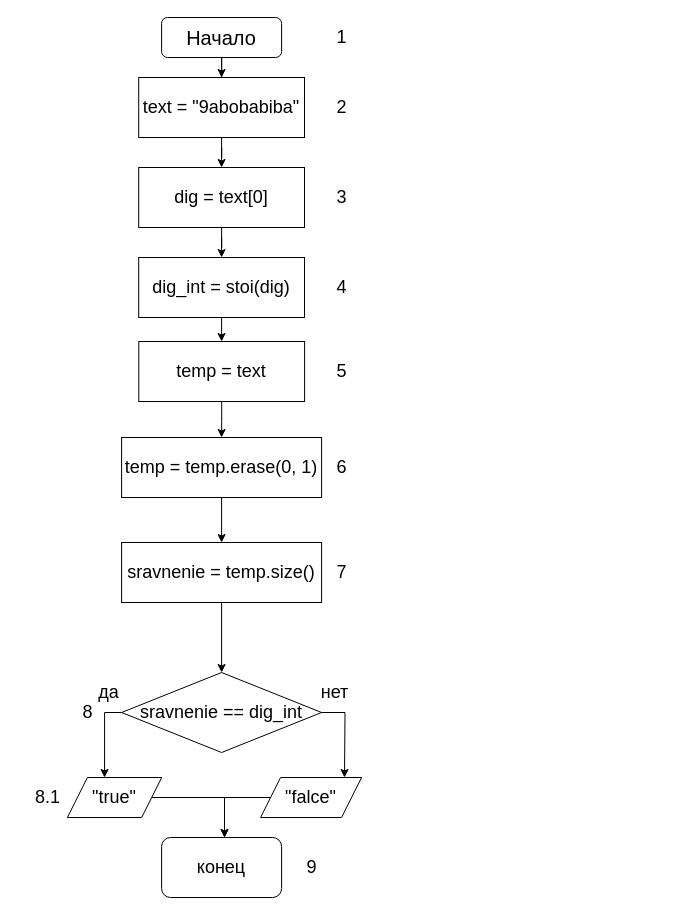
Above: 8/8.2.drawio in klep1koff/lifeishard (draw.io), before the change. Source tidied: cells renumbered, new cells numbered last; positions are measured from the earlier drawing's top-left corner, leaving out a move shared by most shapes. Both pictures are drawn from the tidied source at 100%, with x=0, y=0 at pixel (17, 17).
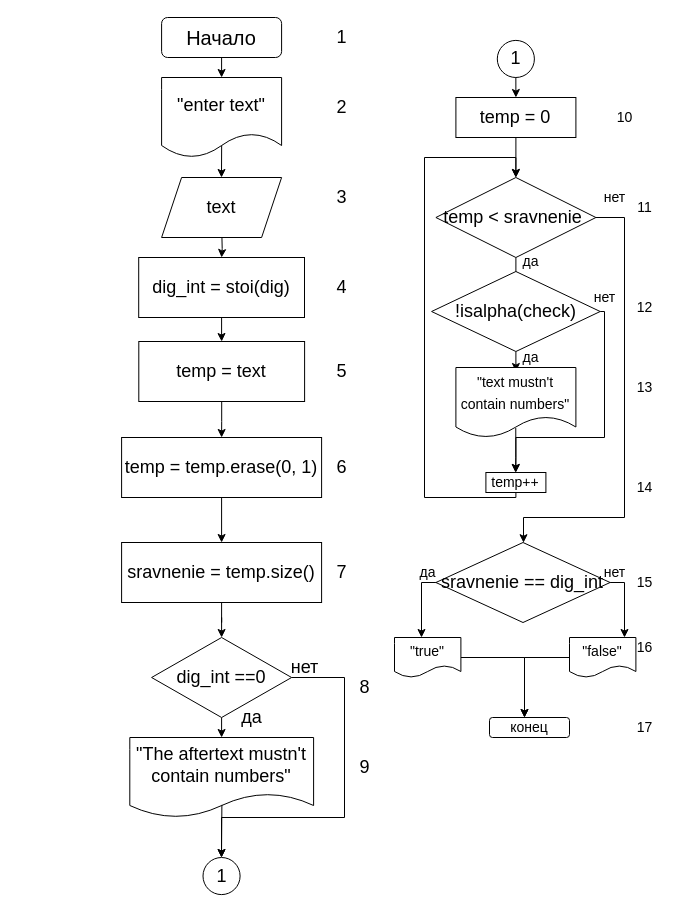
The same page after the edit.

The change refers to these unchanged cells:
```xml
<mxCell id="3" value="&lt;font style=&quot;font-size: 20px&quot;&gt;Начало&lt;/font&gt;" style="rounded=1;whiteSpace=wrap;html=1;fontSize=12;glass=0;strokeWidth=1;shadow=0;" parent="1" vertex="1">
  <mxGeometry x="144.1" width="120" height="40" as="geometry" />
</mxCell>
<mxCell id="12" value="&lt;font style=&quot;font-size: 18px&quot;&gt;dig_int = stoi(dig)&lt;br&gt;&lt;/font&gt;" style="whiteSpace=wrap;html=1;" parent="1" vertex="1">
  <mxGeometry x="121.2" y="240" width="165.8" height="60" as="geometry" />
</mxCell>
<mxCell id="21" value="&lt;font style=&quot;font-size: 18px&quot;&gt;sravnenie = temp.size()&lt;br&gt;&lt;/font&gt;" style="whiteSpace=wrap;html=1;" parent="1" vertex="1">
  <mxGeometry x="104.1" y="525" width="200" height="60" as="geometry" />
</mxCell>
```

What changed in the source:
```diff
@@
-    <mxCell id="2" style="edgeStyle=orthogonalEdgeStyle;rounded=0;jettySize=auto;html=1;fontSize=14;entryX=0.5;entryY=0;entryDx=0;entryDy=0;" parent="1" edge="1" source="3" target="5">
-      <mxGeometry relative="1" as="geometry" />
+    <mxCell id="2" style="edgeStyle=orthogonalEdgeStyle;rounded=0;jettySize=auto;html=1;fontSize=14;entryX=0.5;entryY=0;entryDx=0;entryDy=0;" parent="1" edge="1" source="3">
+      <mxGeometry relative="1" as="geometry">
+        <mxPoint x="204.1" y="60" as="targetPoint" />
+      </mxGeometry>
     </mxCell>
@@
-    <mxCell id="4" style="edgeStyle=orthogonalEdgeStyle;rounded=0;jettySize=auto;html=1;fontSize=18;" parent="1" edge="1" source="5" target="8">
-      <mxGeometry relative="1" as="geometry" />
+    <mxCell id="4" style="edgeStyle=orthogonalEdgeStyle;rounded=0;orthogonalLoop=1;jettySize=auto;html=1;fontSize=18;" parent="1" edge="1">
+      <mxGeometry relative="1" as="geometry">
+        <mxPoint x="204.2" y="120" as="sourcePoint" />
+        <mxPoint x="204" y="160" as="targetPoint" />
+        <Array as="points">
+          <mxPoint x="204" y="120" />
+          <mxPoint x="204" y="120" />
+        </Array>
+      </mxGeometry>
     </mxCell>
-    <mxCell id="5" value="&lt;font style=&quot;font-size: 18px&quot;&gt;text = &quot;9abobabiba&quot;&lt;br&gt;&lt;/font&gt;" style="whiteSpace=wrap;html=1;" parent="1" vertex="1">
-      <mxGeometry x="121.2" y="60" width="165.8" height="60" as="geometry" />
-    </mxCell>
@@
-    <mxCell id="7" style="edgeStyle=orthogonalEdgeStyle;rounded=0;jettySize=auto;html=1;fontSize=18;" parent="1" edge="1" source="8" target="12">
-      <mxGeometry relative="1" as="geometry" />
+    <mxCell id="7" style="edgeStyle=orthogonalEdgeStyle;rounded=0;jettySize=auto;html=1;fontSize=18;" parent="1" edge="1" target="12">
+      <mxGeometry relative="1" as="geometry">
+        <mxPoint x="204.2" y="210" as="sourcePoint" />
+      </mxGeometry>
     </mxCell>
-    <mxCell id="8" value="&lt;font style=&quot;font-size: 18px&quot;&gt;dig = text[0]&lt;br&gt;&lt;/font&gt;" style="whiteSpace=wrap;html=1;" parent="1" vertex="1">
-      <mxGeometry x="121.2" y="150" width="165.8" height="60" as="geometry" />
-    </mxCell>
@@
-    <mxCell id="20" style="edgeStyle=orthogonalEdgeStyle;rounded=0;jettySize=auto;html=1;fontSize=18;" parent="1" edge="1" source="21" target="25">
-      <mxGeometry relative="1" as="geometry" />
-    </mxCell>
+    <mxCell id="36" style="edgeStyle=orthogonalEdgeStyle;rounded=0;jettySize=auto;html=1;fontSize=18;" parent="1" edge="1" source="21" target="39">
+      <mxGeometry relative="1" as="geometry" />
+    </mxCell>
@@
     <mxCell id="23" style="edgeStyle=orthogonalEdgeStyle;rounded=0;jettySize=auto;html=1;fontSize=18;" parent="1" edge="1" source="25">
       <mxGeometry relative="1" as="geometry">
-        <mxPoint x="327" y="760" as="targetPoint" />
+        <mxPoint x="607" y="620" as="targetPoint" />
+        <Array as="points">
+          <mxPoint x="607" y="565" />
+        </Array>
       </mxGeometry>
     </mxCell>
-    <mxCell id="24" style="edgeStyle=orthogonalEdgeStyle;rounded=0;jettySize=auto;html=1;entryX=0.394;entryY=0;entryDx=0;entryDy=0;entryPerimeter=0;fontSize=18;" parent="1" edge="1" source="25" target="27">
+    <mxCell id="24" style="edgeStyle=orthogonalEdgeStyle;rounded=0;jettySize=auto;html=1;fontSize=18;" parent="1" edge="1" source="25">
       <mxGeometry relative="1" as="geometry">
+        <mxPoint x="404" y="620" as="targetPoint" />
         <Array as="points">
-          <mxPoint x="87" y="695" />
+          <mxPoint x="404" y="565" />
         </Array>
       </mxGeometry>
     </mxCell>
     <mxCell id="25" value="&lt;font style=&quot;font-size: 18px&quot;&gt;sravnenie == dig_int&lt;/font&gt;" style="rhombus;whiteSpace=wrap;html=1;" parent="1" vertex="1">
-      <mxGeometry x="104.1" y="655" width="200" height="80" as="geometry" />
+      <mxGeometry x="418.4" y="525" width="174.2" height="80" as="geometry" />
     </mxCell>
-    <mxCell id="26" style="edgeStyle=orthogonalEdgeStyle;rounded=0;jettySize=auto;html=1;fontSize=18;" parent="1" edge="1" source="27">
-      <mxGeometry relative="1" as="geometry">
-        <mxPoint x="207" y="820" as="targetPoint" />
-        <Array as="points">
-          <mxPoint x="207" y="780" />
-          <mxPoint x="207" y="820" />
-        </Array>
-      </mxGeometry>
-    </mxCell>
+    <mxCell id="37" style="edgeStyle=orthogonalEdgeStyle;rounded=0;jettySize=auto;html=1;fontSize=18;" parent="1" edge="1" source="39">
+      <mxGeometry relative="1" as="geometry">
+        <mxPoint x="204" y="840" as="targetPoint" />
+        <Array as="points">
+          <mxPoint x="327" y="660" />
+          <mxPoint x="327" y="800" />
+          <mxPoint x="204" y="800" />
+        </Array>
+      </mxGeometry>
+    </mxCell>
+    <mxCell id="38" style="edgeStyle=orthogonalEdgeStyle;rounded=0;jettySize=auto;html=1;fontSize=18;" parent="1" edge="1" source="39" target="40">
+      <mxGeometry relative="1" as="geometry" />
+    </mxCell>
+    <mxCell id="39" value="&lt;font style=&quot;font-size: 18px&quot;&gt;dig_int ==0&lt;/font&gt;" style="rhombus;whiteSpace=wrap;html=1;" parent="1" vertex="1">
+      <mxGeometry x="134.1" y="620" width="140" height="80" as="geometry" />
+    </mxCell>
+    <mxCell id="40" value="&quot;The aftertext mustn't contain numbers&quot;" style="shape=document;whiteSpace=wrap;html=1;boundedLbl=1;fontSize=18;" parent="1" vertex="1">
+      <mxGeometry x="112.3" y="720" width="183.8" height="80" as="geometry" />
+    </mxCell>
+    <mxCell id="41" style="endArrow=classic;html=1;rounded=0;fontSize=18;exitX=0.501;exitY=0.842;exitDx=0;exitDy=0;exitPerimeter=0;" parent="1" edge="1" source="40">
+      <mxGeometry relative="1" as="geometry">
+        <mxPoint x="204" y="840" as="targetPoint" />
+      </mxGeometry>
+    </mxCell>
+    <mxCell id="31" value="да" style="text;html=1;align=center;verticalAlign=middle;strokeColor=none;fillColor=none;fontSize=18;" parent="1" vertex="1">
+      <mxGeometry x="204.1" y="680" width="60" height="40" as="geometry" />
+    </mxCell>
+    <mxCell id="30" value="нет" style="text;html=1;align=center;verticalAlign=middle;strokeColor=none;fillColor=none;fontSize=18;" parent="1" vertex="1">
+      <mxGeometry x="257" y="630" width="60" height="40" as="geometry" />
+    </mxCell>
+    <mxCell id="33" value="8" style="text;html=1;align=center;verticalAlign=middle;strokeColor=none;fillColor=none;fontSize=18;" parent="1" vertex="1">
+      <mxGeometry x="327" y="650" width="40" height="40" as="geometry" />
+    </mxCell>
+    <mxCell id="35" value="9" style="text;html=1;align=center;verticalAlign=middle;strokeColor=none;fillColor=none;fontSize=18;" parent="1" vertex="1">
+      <mxGeometry x="327" y="730" width="40" height="40" as="geometry" />
+    </mxCell>
+    <mxCell id="42" style="edgeStyle=orthogonalEdgeStyle;rounded=0;jettySize=auto;html=1;fontSize=18;" parent="1" edge="1" source="43">
+      <mxGeometry relative="1" as="geometry">
+        <mxPoint x="498.3" y="160" as="targetPoint" />
+      </mxGeometry>
+    </mxCell>
+    <mxCell id="43" value="temp = 0" style="whiteSpace=wrap;html=1;fontSize=18;" parent="1" vertex="1">
+      <mxGeometry x="438.4" y="80" width="120" height="40" as="geometry" />
+    </mxCell>
+    <mxCell id="44" style="edgeStyle=orthogonalEdgeStyle;rounded=0;jettySize=auto;html=1;fontSize=18;" parent="1" edge="1" source="46" target="52">
+      <mxGeometry relative="1" as="geometry" />
+    </mxCell>
+    <mxCell id="45" style="edgeStyle=orthogonalEdgeStyle;rounded=0;jettySize=auto;html=1;fontSize=14;" parent="1" edge="1" source="46" target="25">
+      <mxGeometry relative="1" as="geometry">
+        <Array as="points">
+          <mxPoint x="607" y="200" />
+          <mxPoint x="607" y="500" />
+          <mxPoint x="506" y="500" />
+        </Array>
+      </mxGeometry>
+    </mxCell>
+    <mxCell id="46" value="temp &amp;lt; sravnenie&amp;nbsp;" style="rhombus;whiteSpace=wrap;html=1;fontSize=18;" parent="1" vertex="1">
+      <mxGeometry x="418.4" y="160" width="160" height="80" as="geometry" />
+    </mxCell>
+    <mxCell id="47" value="1" style="ellipse;whiteSpace=wrap;html=1;fontSize=18;" parent="1" vertex="1">
+      <mxGeometry x="185.5" y="840" width="37.1" height="37.1" as="geometry" />
+    </mxCell>
+    <mxCell id="48" style="edgeStyle=orthogonalEdgeStyle;rounded=0;jettySize=auto;html=1;fontSize=18;" parent="1" edge="1" source="49" target="43">
+      <mxGeometry relative="1" as="geometry" />
+    </mxCell>
+    <mxCell id="49" value="1" style="ellipse;whiteSpace=wrap;html=1;fontSize=18;" parent="1" vertex="1">
+      <mxGeometry x="479.8" y="22.9" width="37.1" height="37.1" as="geometry" />
+    </mxCell>
+    <mxCell id="50" style="edgeStyle=orthogonalEdgeStyle;rounded=0;jettySize=auto;html=1;fontSize=18;" parent="1" edge="1" source="52">
+      <mxGeometry relative="1" as="geometry">
+        <mxPoint x="498.5" y="354" as="targetPoint" />
+      </mxGeometry>
+    </mxCell>
+    <mxCell id="51" style="edgeStyle=orthogonalEdgeStyle;rounded=0;jettySize=auto;html=1;fontSize=14;entryX=0.5;entryY=0;entryDx=0;entryDy=0;" parent="1" edge="1" source="52" target="56">
+      <mxGeometry relative="1" as="geometry">
+        <Array as="points">
+          <mxPoint x="587" y="294" />
+          <mxPoint x="587" y="420" />
+          <mxPoint x="498" y="420" />
+        </Array>
+      </mxGeometry>
+    </mxCell>
+    <mxCell id="52" value="&lt;span style=&quot;text-align: left ; background-color: rgb(255 , 255 , 255)&quot;&gt;&lt;font style=&quot;font-size: 18px&quot;&gt;!isalpha(check)&lt;/font&gt;&lt;/span&gt;" style="rhombus;whiteSpace=wrap;html=1;fontSize=18;" parent="1" vertex="1">
+      <mxGeometry x="414.1" y="254" width="168.6" height="80" as="geometry" />
+    </mxCell>
+    <mxCell id="53" style="edgeStyle=orthogonalEdgeStyle;rounded=0;jettySize=auto;html=1;fontSize=14;exitX=0.499;exitY=0.865;exitDx=0;exitDy=0;exitPerimeter=0;" parent="1" edge="1" source="54">
+      <mxGeometry relative="1" as="geometry">
+        <mxPoint x="498" y="455" as="targetPoint" />
+      </mxGeometry>
+    </mxCell>
+    <mxCell id="54" value="&lt;font style=&quot;font-size: 14px&quot;&gt;&quot;text mustn't contain numbers&quot;&lt;/font&gt;" style="shape=document;whiteSpace=wrap;html=1;boundedLbl=1;fontSize=18;" parent="1" vertex="1">
+      <mxGeometry x="438.4" y="350" width="120" height="70" as="geometry" />
+    </mxCell>
+    <mxCell id="55" style="edgeStyle=orthogonalEdgeStyle;rounded=0;jettySize=auto;html=1;fontSize=14;entryX=0.5;entryY=0;entryDx=0;entryDy=0;" parent="1" edge="1" source="56" target="46">
+      <mxGeometry relative="1" as="geometry">
+        <Array as="points">
+          <mxPoint x="498" y="480" />
+          <mxPoint x="407" y="480" />
+          <mxPoint x="407" y="140" />
+          <mxPoint x="498" y="140" />
+        </Array>
+      </mxGeometry>
+    </mxCell>
+    <mxCell id="56" value="temp++" style="whiteSpace=wrap;html=1;fontSize=14;" parent="1" vertex="1">
+      <mxGeometry x="468.4" y="455" width="60" height="20" as="geometry" />
+    </mxCell>
+    <mxCell id="57" value="да" style="text;html=1;align=center;verticalAlign=middle;strokeColor=none;fillColor=none;fontSize=14;" parent="1" vertex="1">
+      <mxGeometry x="493.4" y="330" width="40" height="20" as="geometry" />
+    </mxCell>
+    <mxCell id="58" value="да" style="text;html=1;align=center;verticalAlign=middle;strokeColor=none;fillColor=none;fontSize=14;" parent="1" vertex="1">
+      <mxGeometry x="493.4" y="234" width="40" height="20" as="geometry" />
+    </mxCell>
+    <mxCell id="59" value="нет" style="text;html=1;align=center;verticalAlign=middle;strokeColor=none;fillColor=none;fontSize=14;" parent="1" vertex="1">
+      <mxGeometry x="557" y="270" width="60" height="20" as="geometry" />
+    </mxCell>
+    <mxCell id="60" value="нет" style="text;html=1;align=center;verticalAlign=middle;strokeColor=none;fillColor=none;fontSize=14;" parent="1" vertex="1">
+      <mxGeometry x="567" y="170" width="60" height="20" as="geometry" />
+    </mxCell>
+    <mxCell id="61" value="нет" style="text;html=1;align=center;verticalAlign=middle;strokeColor=none;fillColor=none;fontSize=14;" parent="1" vertex="1">
+      <mxGeometry x="567" y="545" width="60" height="20" as="geometry" />
+    </mxCell>
+    <mxCell id="62" value="10" style="text;html=1;align=center;verticalAlign=middle;strokeColor=none;fillColor=none;fontSize=14;" parent="1" vertex="1">
+      <mxGeometry x="587" y="90" width="40" height="20" as="geometry" />
+    </mxCell>
+    <mxCell id="63" value="да" style="text;html=1;align=center;verticalAlign=middle;strokeColor=none;fillColor=none;fontSize=14;" parent="1" vertex="1">
+      <mxGeometry x="390.2" y="545" width="40" height="20" as="geometry" />
+    </mxCell>
+    <mxCell id="64" style="edgeStyle=orthogonalEdgeStyle;rounded=0;jettySize=auto;html=1;fontSize=14;" parent="1" edge="1" source="27">
+      <mxGeometry relative="1" as="geometry">
+        <mxPoint x="507" y="700" as="targetPoint" />
+        <Array as="points">
+          <mxPoint x="507" y="640" />
+          <mxPoint x="507" y="700" />
+        </Array>
+      </mxGeometry>
+    </mxCell>
-    <mxCell id="27" value="&quot;true&quot;" style="shape=parallelogram;perimeter=parallelogramPerimeter;whiteSpace=wrap;html=1;fixedSize=1;fontSize=18;" parent="1" vertex="1">
-      <mxGeometry x="49.9" y="760" width="94.3" height="40" as="geometry" />
+    <mxCell id="27" value="&quot;true&quot;" style="shape=document;whiteSpace=wrap;html=1;boundedLbl=1;fontSize=14;" parent="1" vertex="1">
+      <mxGeometry x="377" y="620" width="66.4" height="40" as="geometry" />
     </mxCell>
-    <mxCell id="28" style="edgeStyle=orthogonalEdgeStyle;rounded=0;jettySize=auto;html=1;fontSize=18;" parent="1" edge="1" source="29">
-      <mxGeometry relative="1" as="geometry">
-        <mxPoint x="207" y="820" as="targetPoint" />
-        <Array as="points">
-          <mxPoint x="207" y="780" />
-          <mxPoint x="207" y="820" />
-        </Array>
-      </mxGeometry>
-    </mxCell>
-    <mxCell id="29" value="&quot;falce&quot;" style="shape=parallelogram;perimeter=parallelogramPerimeter;whiteSpace=wrap;html=1;fixedSize=1;fontSize=18;" parent="1" vertex="1">
-      <mxGeometry x="243.1" y="760" width="101" height="40" as="geometry" />
-    </mxCell>
-    <mxCell id="30" value="нет" style="text;html=1;align=center;verticalAlign=middle;strokeColor=none;fillColor=none;fontSize=18;" parent="1" vertex="1">
-      <mxGeometry x="287" y="655" width="60" height="40" as="geometry" />
-    </mxCell>
-    <mxCell id="31" value="да" style="text;html=1;align=center;verticalAlign=middle;strokeColor=none;fillColor=none;fontSize=18;" parent="1" vertex="1">
-      <mxGeometry x="61.2" y="655" width="60" height="40" as="geometry" />
-    </mxCell>
+    <mxCell id="65" style="edgeStyle=orthogonalEdgeStyle;rounded=0;jettySize=auto;html=1;fontSize=14;" parent="1" edge="1" source="66">
+      <mxGeometry relative="1" as="geometry">
+        <mxPoint x="507" y="700" as="targetPoint" />
+        <Array as="points">
+          <mxPoint x="507" y="640" />
+          <mxPoint x="507" y="700" />
+        </Array>
+      </mxGeometry>
+    </mxCell>
+    <mxCell id="66" value="&quot;false&quot;" style="shape=document;whiteSpace=wrap;html=1;boundedLbl=1;fontSize=14;" parent="1" vertex="1">
+      <mxGeometry x="552" y="620" width="66.4" height="40" as="geometry" />
+    </mxCell>
-    <mxCell id="32" value="конец" style="rounded=1;whiteSpace=wrap;html=1;fontSize=18;" parent="1" vertex="1">
-      <mxGeometry x="144.1" y="820" width="120" height="60" as="geometry" />
+    <mxCell id="32" value="конец" style="rounded=1;whiteSpace=wrap;html=1;fontSize=14;" parent="1" vertex="1">
+      <mxGeometry x="472" y="700" width="80" height="20" as="geometry" />
     </mxCell>
-    <mxCell id="33" value="8" style="text;html=1;align=center;verticalAlign=middle;strokeColor=none;fillColor=none;fontSize=18;" parent="1" vertex="1">
-      <mxGeometry x="49.9" y="675" width="40" height="40" as="geometry" />
-    </mxCell>
-    <mxCell id="34" value="8.1" style="text;html=1;align=center;verticalAlign=middle;strokeColor=none;fillColor=none;fontSize=18;" parent="1" vertex="1">
-      <mxGeometry x="-0.1" y="760" width="60" height="40" as="geometry" />
-    </mxCell>
-    <mxCell id="35" value="9" style="text;html=1;align=center;verticalAlign=middle;strokeColor=none;fillColor=none;fontSize=18;" parent="1" vertex="1">
-      <mxGeometry x="273.6" y="830" width="40" height="40" as="geometry" />
-    </mxCell>
+    <mxCell id="67" value="11" style="text;html=1;align=center;verticalAlign=middle;strokeColor=none;fillColor=none;fontSize=14;" parent="1" vertex="1">
+      <mxGeometry x="607" y="180" width="40" height="20" as="geometry" />
+    </mxCell>
+    <mxCell id="68" value="12" style="text;html=1;align=center;verticalAlign=middle;strokeColor=none;fillColor=none;fontSize=14;" parent="1" vertex="1">
+      <mxGeometry x="607" y="280" width="40" height="20" as="geometry" />
+    </mxCell>
+    <mxCell id="69" value="13" style="text;html=1;align=center;verticalAlign=middle;strokeColor=none;fillColor=none;fontSize=14;" parent="1" vertex="1">
+      <mxGeometry x="607" y="360" width="40" height="20" as="geometry" />
+    </mxCell>
+    <mxCell id="70" value="14" style="text;html=1;align=center;verticalAlign=middle;strokeColor=none;fillColor=none;fontSize=14;" parent="1" vertex="1">
+      <mxGeometry x="607" y="460" width="40" height="20" as="geometry" />
+    </mxCell>
+    <mxCell id="71" value="15" style="text;html=1;align=center;verticalAlign=middle;strokeColor=none;fillColor=none;fontSize=14;" parent="1" vertex="1">
+      <mxGeometry x="607" y="555" width="40" height="20" as="geometry" />
+    </mxCell>
+    <mxCell id="72" value="16" style="text;html=1;align=center;verticalAlign=middle;strokeColor=none;fillColor=none;fontSize=14;" parent="1" vertex="1">
+      <mxGeometry x="607" y="620" width="40" height="20" as="geometry" />
+    </mxCell>
+    <mxCell id="73" value="17" style="text;html=1;align=center;verticalAlign=middle;strokeColor=none;fillColor=none;fontSize=14;" parent="1" vertex="1">
+      <mxGeometry x="607" y="700" width="40" height="20" as="geometry" />
+    </mxCell>
+    <mxCell id="74" value="&lt;font style=&quot;font-size: 18px&quot;&gt;&quot;enter text&quot;&lt;/font&gt;" style="shape=document;whiteSpace=wrap;html=1;boundedLbl=1;" parent="1" vertex="1">
+      <mxGeometry x="144.1" y="60" width="120" height="80" as="geometry" />
+    </mxCell>
+    <mxCell id="75" value="text" style="shape=parallelogram;perimeter=parallelogramPerimeter;whiteSpace=wrap;html=1;fixedSize=1;fontSize=18;" parent="1" vertex="1">
+      <mxGeometry x="144.1" y="160" width="120" height="60" as="geometry" />
+    </mxCell>
```
